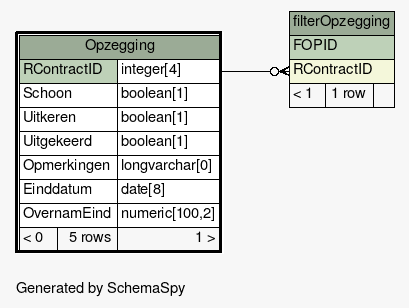
Above: db-schema-docs/diagrams/Opzegging.1degree.png in slspeek/ona-volkstuin (Graphviz), before the change. Its source is kept beside it as db-schema-docs/diagrams/Opzegging.1degree.dot. Its diagram source:
```dot
digraph "oneDegreeRelationshipsDiagram" {
  graph [
    rankdir="RL"
    bgcolor="#f7f7f7"
    label="\nGenerated by SchemaSpy"
    labeljust="l"
    nodesep="0.18"
    ranksep="0.46"
    fontname="Helvetica"
    fontsize="11"
  ];
  node [
    fontname="Helvetica"
    fontsize="11"
    shape="plaintext"
  ];
  edge [
    arrowsize="0.8"
  ];
  "filterOpzegging":"RContractID":w -> "Opzegging":"RContractID.type":e [arrowhead=none dir=back arrowtail=crowodot];
  "filterOpzegging" [
    label=<
    <TABLE BORDER="0" CELLBORDER="1" CELLSPACING="0" BGCOLOR="#ffffff">
      <TR><TD COLSPAN="3" BGCOLOR="#9bab96" ALIGN="CENTER">filterOpzegging</TD></TR>
      <TR><TD PORT="FOPID" COLSPAN="3" BGCOLOR="#bed1b8" ALIGN="LEFT">FOPID</TD></TR>
      <TR><TD PORT="RContractID" COLSPAN="3" BGCOLOR="#f4f7da" ALIGN="LEFT">RContractID</TD></TR>
      <TR><TD ALIGN="LEFT" BGCOLOR="#f7f7f7">&lt; 1</TD><TD ALIGN="RIGHT" BGCOLOR="#f7f7f7">1 row</TD><TD ALIGN="RIGHT" BGCOLOR="#f7f7f7">  </TD></TR>
    </TABLE>>
    URL="filterOpzegging.html"
    tooltip="filterOpzegging"
  ];
  "Opzegging" [
    label=<
    <TABLE BORDER="2" CELLBORDER="1" CELLSPACING="0" BGCOLOR="#ffffff">
      <TR><TD COLSPAN="3" BGCOLOR="#9bab96" ALIGN="CENTER">Opzegging</TD></TR>
      <TR><TD PORT="RContractID" COLSPAN="2" BGCOLOR="#bed1b8" ALIGN="LEFT">RContractID</TD><TD PORT="RContractID.type" ALIGN="LEFT">integer[4]</TD></TR>
      <TR><TD PORT="Schoon" COLSPAN="2" ALIGN="LEFT">Schoon</TD><TD PORT="Schoon.type" ALIGN="LEFT">boolean[1]</TD></TR>
      <TR><TD PORT="Uitkeren" COLSPAN="2" ALIGN="LEFT">Uitkeren</TD><TD PORT="Uitkeren.type" ALIGN="LEFT">boolean[1]</TD></TR>
      <TR><TD PORT="Uitgekeerd" COLSPAN="2" ALIGN="LEFT">Uitgekeerd</TD><TD PORT="Uitgekeerd.type" ALIGN="LEFT">boolean[1]</TD></TR>
      <TR><TD PORT="Opmerkingen" COLSPAN="2" ALIGN="LEFT">Opmerkingen</TD><TD PORT="Opmerkingen.type" ALIGN="LEFT">longvarchar[0]</TD></TR>
      <TR><TD PORT="Einddatum" COLSPAN="2" ALIGN="LEFT">Einddatum</TD><TD PORT="Einddatum.type" ALIGN="LEFT">date[8]</TD></TR>
      <TR><TD PORT="OvernamEind" COLSPAN="2" ALIGN="LEFT">OvernamEind</TD><TD PORT="OvernamEind.type" ALIGN="LEFT">numeric[100,2]</TD></TR>
      <TR><TD ALIGN="LEFT" BGCOLOR="#f7f7f7">&lt; 0</TD><TD ALIGN="RIGHT" BGCOLOR="#f7f7f7">5 rows</TD><TD ALIGN="RIGHT" BGCOLOR="#f7f7f7">1 &gt;</TD></TR>
    </TABLE>>
    URL="Opzegging.html"
    tooltip="Opzegging"
  ];
}
```
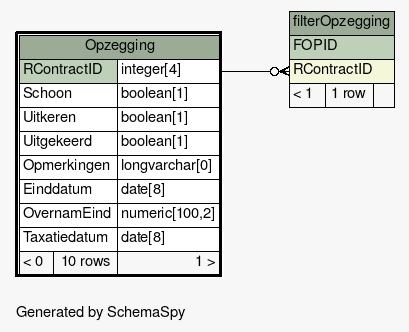
The same diagram one commit later.

Change to the diagram source:
```diff
@@ -40,7 +40,8 @@
       <TR><TD PORT="Opmerkingen" COLSPAN="2" ALIGN="LEFT">Opmerkingen</TD><TD PORT="Opmerkingen.type" ALIGN="LEFT">longvarchar[0]</TD></TR>
       <TR><TD PORT="Einddatum" COLSPAN="2" ALIGN="LEFT">Einddatum</TD><TD PORT="Einddatum.type" ALIGN="LEFT">date[8]</TD></TR>
       <TR><TD PORT="OvernamEind" COLSPAN="2" ALIGN="LEFT">OvernamEind</TD><TD PORT="OvernamEind.type" ALIGN="LEFT">numeric[100,2]</TD></TR>
-      <TR><TD ALIGN="LEFT" BGCOLOR="#f7f7f7">&lt; 0</TD><TD ALIGN="RIGHT" BGCOLOR="#f7f7f7">5 rows</TD><TD ALIGN="RIGHT" BGCOLOR="#f7f7f7">1 &gt;</TD></TR>
+      <TR><TD PORT="Taxatiedatum" COLSPAN="2" ALIGN="LEFT">Taxatiedatum</TD><TD PORT="Taxatiedatum.type" ALIGN="LEFT">date[8]</TD></TR>
+      <TR><TD ALIGN="LEFT" BGCOLOR="#f7f7f7">&lt; 0</TD><TD ALIGN="RIGHT" BGCOLOR="#f7f7f7">10 rows</TD><TD ALIGN="RIGHT" BGCOLOR="#f7f7f7">1 &gt;</TD></TR>
     </TABLE>>
     URL="Opzegging.html"
     tooltip="Opzegging"
```
